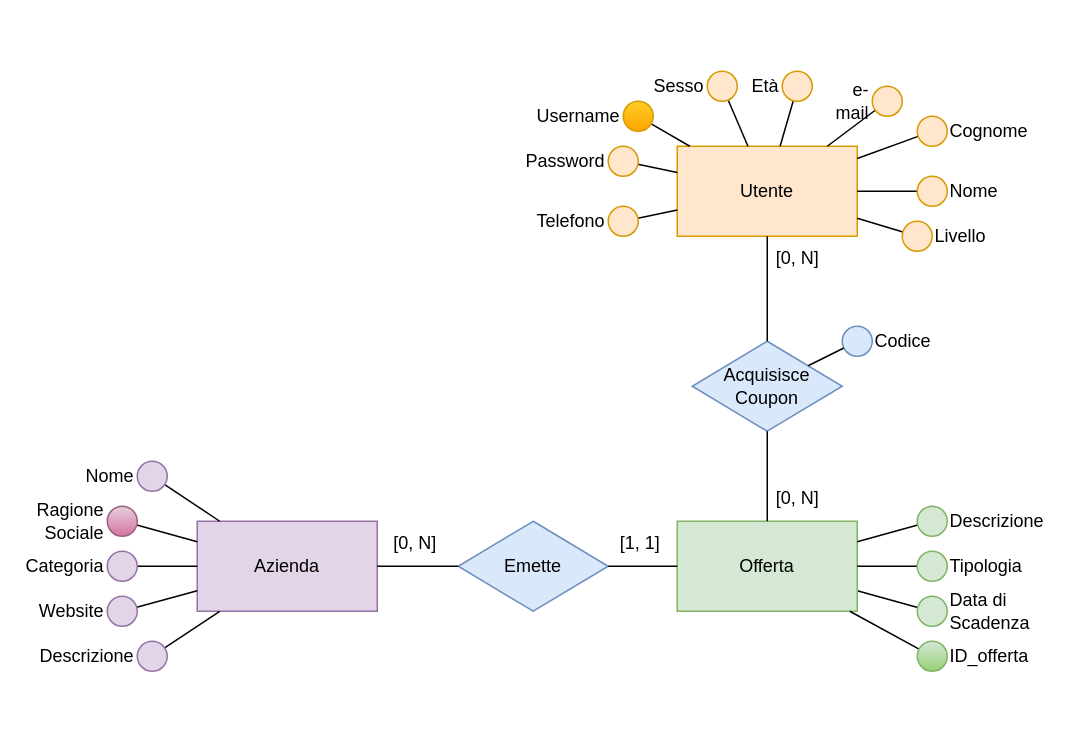
lorenzozulli/progetto-tecnologie-web keeps this draw.io diagram as blueprints/DB.drawio. Above is the earlier version. Source tidied: cells renumbered, new cells numbered last; positions are measured from the earlier drawing's top-left corner, leaving out a move shared by most shapes. Both pictures are drawn from the tidied source at 150%, with x=0, y=0 at pixel (106, 70).
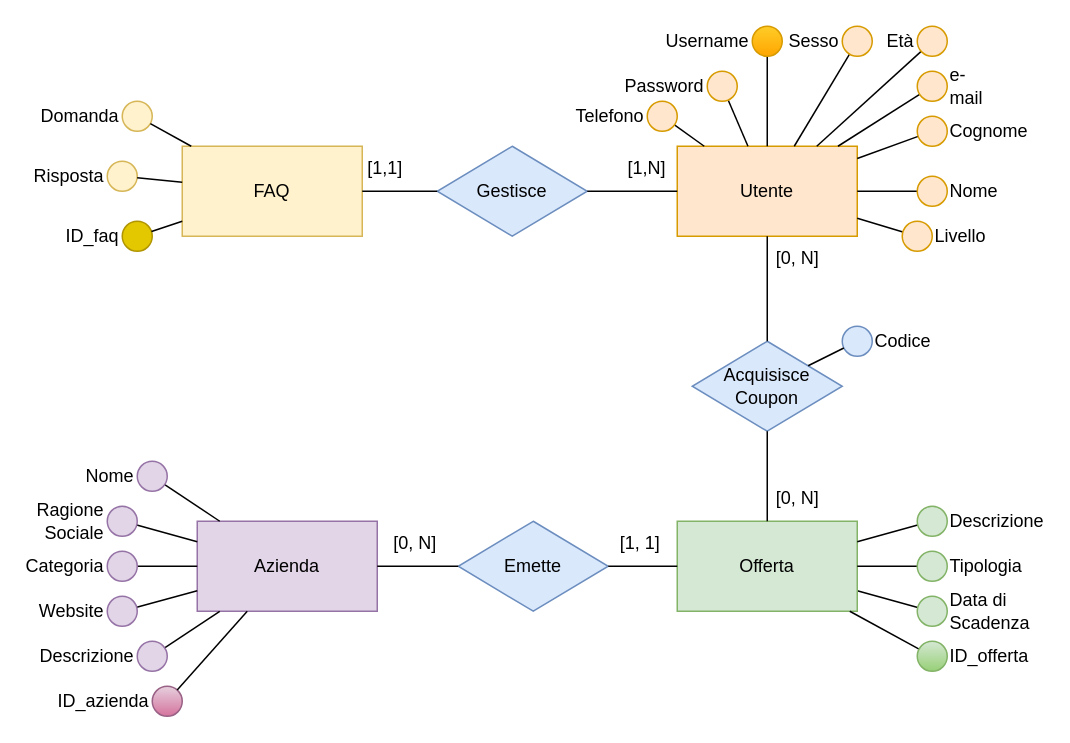
The same diagram, later.

The change refers to these unchanged cells:
```xml
<mxCell id="2" value="&lt;div&gt;Utente&lt;/div&gt;" style="whiteSpace=wrap;html=1;fillColor=#ffe6cc;strokeColor=#d79b00;" parent="1" vertex="1">
  <mxGeometry x="380" y="50" width="120" height="60" as="geometry" />
</mxCell>
<mxCell id="30" value="Azienda" style="rounded=0;whiteSpace=wrap;html=1;fillColor=#e1d5e7;strokeColor=#9673a6;" parent="1" vertex="1">
  <mxGeometry x="60" y="300" width="120" height="60" as="geometry" />
</mxCell>
```

Change to the diagram source:
```diff
@@
-    <mxCell id="8" value="e-mail" style="ellipse;whiteSpace=wrap;html=1;labelPosition=left;verticalLabelPosition=middle;align=right;verticalAlign=middle;fillColor=#ffe6cc;strokeColor=#d79b00;" parent="1" vertex="1">
-      <mxGeometry x="510" y="10" width="20" height="20" as="geometry" />
+    <mxCell id="8" value="e-mail" style="ellipse;whiteSpace=wrap;html=1;labelPosition=right;verticalLabelPosition=middle;align=left;verticalAlign=middle;fillColor=#ffe6cc;strokeColor=#d79b00;" parent="1" vertex="1">
+      <mxGeometry x="540" width="20" height="20" as="geometry" />
     </mxCell>
@@
     <mxCell id="10" value="&lt;div&gt;Età&lt;/div&gt;" style="ellipse;whiteSpace=wrap;html=1;labelPosition=left;verticalLabelPosition=middle;align=right;verticalAlign=middle;fillColor=#ffe6cc;strokeColor=#d79b00;" parent="1" vertex="1">
-      <mxGeometry x="450" width="20" height="20" as="geometry" />
+      <mxGeometry x="540" y="-30" width="20" height="20" as="geometry" />
     </mxCell>
@@
     <mxCell id="12" value="&lt;div&gt;Sesso&lt;/div&gt;" style="ellipse;whiteSpace=wrap;html=1;labelPosition=left;verticalLabelPosition=middle;align=right;verticalAlign=middle;fillColor=#ffe6cc;strokeColor=#d79b00;" parent="1" vertex="1">
-      <mxGeometry x="400" width="20" height="20" as="geometry" />
+      <mxGeometry x="490" y="-30" width="20" height="20" as="geometry" />
     </mxCell>
@@
     <mxCell id="14" value="&lt;div&gt;Telefono&lt;/div&gt;" style="ellipse;whiteSpace=wrap;html=1;labelPosition=left;verticalLabelPosition=middle;align=right;verticalAlign=middle;fillColor=#ffe6cc;strokeColor=#d79b00;" parent="1" vertex="1">
-      <mxGeometry x="334" y="90" width="20" height="20" as="geometry" />
+      <mxGeometry x="360" y="20" width="20" height="20" as="geometry" />
     </mxCell>
@@
     <mxCell id="16" value="&lt;div&gt;Username&lt;/div&gt;" style="ellipse;whiteSpace=wrap;html=1;labelPosition=left;verticalLabelPosition=middle;align=right;verticalAlign=middle;fillColor=#ffcd28;strokeColor=#d79b00;gradientColor=#ffa500;" parent="1" vertex="1">
-      <mxGeometry x="344" y="20" width="20" height="20" as="geometry" />
+      <mxGeometry x="430" y="-30" width="20" height="20" as="geometry" />
     </mxCell>
@@
     <mxCell id="18" value="&lt;div&gt;Password&lt;/div&gt;" style="ellipse;whiteSpace=wrap;html=1;labelPosition=left;verticalLabelPosition=middle;align=right;verticalAlign=middle;fillColor=#ffe6cc;strokeColor=#d79b00;" parent="1" vertex="1">
-      <mxGeometry x="334" y="50" width="20" height="20" as="geometry" />
+      <mxGeometry x="400" width="20" height="20" as="geometry" />
     </mxCell>
@@
-    <mxCell id="34" value="&lt;div&gt;Ragione Sociale&lt;/div&gt;" style="ellipse;whiteSpace=wrap;html=1;labelPosition=left;verticalLabelPosition=middle;align=right;verticalAlign=middle;fillColor=#e6d0de;strokeColor=#996185;gradientColor=#d5739d;" parent="1" vertex="1">
+    <mxCell id="34" value="&lt;div&gt;Ragione Sociale&lt;/div&gt;" style="ellipse;whiteSpace=wrap;html=1;labelPosition=left;verticalLabelPosition=middle;align=right;verticalAlign=middle;fillColor=#e1d5e7;strokeColor=#9673a6;" parent="1" vertex="1">
       <mxGeometry y="290" width="20" height="20" as="geometry" />
     </mxCell>
@@
+    <mxCell id="54" value="Gestisce" style="rhombus;whiteSpace=wrap;html=1;fillColor=#dae8fc;strokeColor=#6c8ebf;" parent="1" vertex="1">
+      <mxGeometry x="220" y="50" width="100" height="60" as="geometry" />
+    </mxCell>
+    <mxCell id="55" style="endArrow=none;html=1;rounded=0;" parent="1" edge="1" source="54" target="2">
+      <mxGeometry relative="1" as="geometry" />
+    </mxCell>
+    <mxCell id="56" value="FAQ" style="whiteSpace=wrap;html=1;fillColor=#fff2cc;strokeColor=#d6b656;" parent="1" vertex="1">
+      <mxGeometry x="50" y="50" width="120" height="60" as="geometry" />
+    </mxCell>
+    <mxCell id="57" style="endArrow=none;html=1;rounded=0;" parent="1" edge="1" source="54" target="56">
+      <mxGeometry relative="1" as="geometry" />
+    </mxCell>
+    <mxCell id="58" value="&lt;div&gt;Domanda&lt;/div&gt;" style="ellipse;whiteSpace=wrap;html=1;fillColor=#fff2cc;strokeColor=#d6b656;labelPosition=left;verticalLabelPosition=middle;align=right;verticalAlign=middle;" parent="1" vertex="1">
+      <mxGeometry x="10" y="20" width="20" height="20" as="geometry" />
+    </mxCell>
+    <mxCell id="59" style="endArrow=none;html=1;rounded=0;" parent="1" edge="1" source="56" target="58">
+      <mxGeometry relative="1" as="geometry" />
+    </mxCell>
+    <mxCell id="60" value="[1,N]" style="text;html=1;strokeColor=none;fillColor=none;align=center;verticalAlign=middle;whiteSpace=wrap;rounded=0;" parent="1" vertex="1">
+      <mxGeometry x="330" y="50" width="60" height="30" as="geometry" />
+    </mxCell>
+    <mxCell id="61" value="[1,1]" style="text;html=1;align=center;verticalAlign=middle;strokeColor=none;fillColor=none;" parent="1" vertex="1">
+      <mxGeometry x="160" y="50" width="50" height="30" as="geometry" />
+    </mxCell>
+    <mxCell id="62" value="&lt;div&gt;ID_azienda&lt;/div&gt;" style="ellipse;whiteSpace=wrap;html=1;labelPosition=left;verticalLabelPosition=middle;align=right;verticalAlign=middle;fillColor=#e6d0de;gradientColor=#d5739d;strokeColor=#996185;" parent="1" vertex="1">
+      <mxGeometry x="30" y="410" width="20" height="20" as="geometry" />
+    </mxCell>
+    <mxCell id="63" style="endArrow=none;html=1;rounded=0;" parent="1" edge="1" source="30" target="62">
+      <mxGeometry relative="1" as="geometry" />
+    </mxCell>
+    <mxCell id="64" value="&lt;div&gt;Risposta&lt;/div&gt;" style="ellipse;whiteSpace=wrap;html=1;fillColor=#fff2cc;strokeColor=#d6b656;labelPosition=left;verticalLabelPosition=middle;align=right;verticalAlign=middle;" parent="1" vertex="1">
+      <mxGeometry y="60" width="20" height="20" as="geometry" />
+    </mxCell>
+    <mxCell id="65" style="endArrow=none;html=1;rounded=0;" parent="1" edge="1" source="64" target="56">
+      <mxGeometry relative="1" as="geometry" />
+    </mxCell>
+    <mxCell id="66" value="ID_faq" style="ellipse;whiteSpace=wrap;html=1;fillColor=#e3c800;strokeColor=#B09500;labelPosition=left;verticalLabelPosition=middle;align=right;verticalAlign=middle;fontColor=#000000;" parent="1" vertex="1">
+      <mxGeometry x="10" y="100" width="20" height="20" as="geometry" />
+    </mxCell>
+    <mxCell id="67" style="endArrow=none;html=1;rounded=0;" parent="1" edge="1" source="66" target="56">
+      <mxGeometry relative="1" as="geometry" />
+    </mxCell>
```
